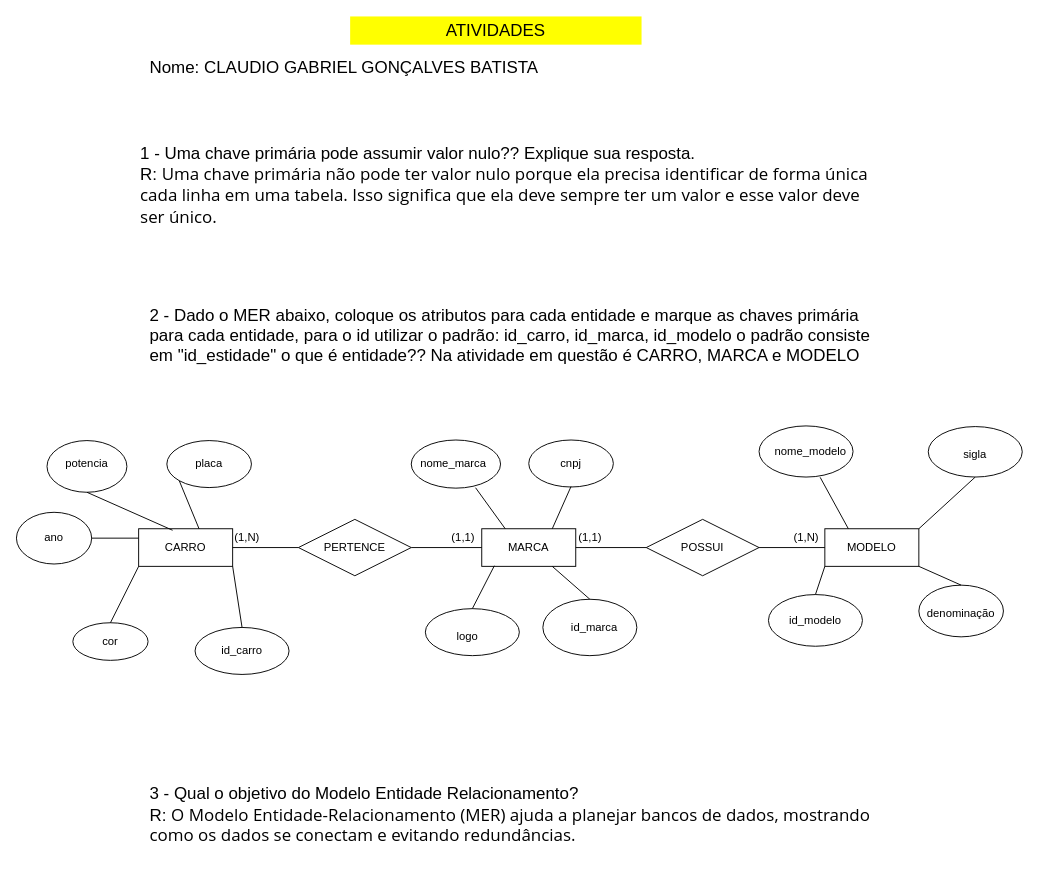
The draw.io diagram page "ATV 1 - 2 - 3" (1 of 4) of MER E DER.drawio in joaotemponi/mer-e-der, before the edit. Source tidied: cells renumbered, new cells numbered last; positions are measured from the earlier drawing's top-left corner, leaving out a move shared by most shapes. Both pictures are drawn from the tidied source at 94%, with x=0, y=0 at pixel (16, 16).
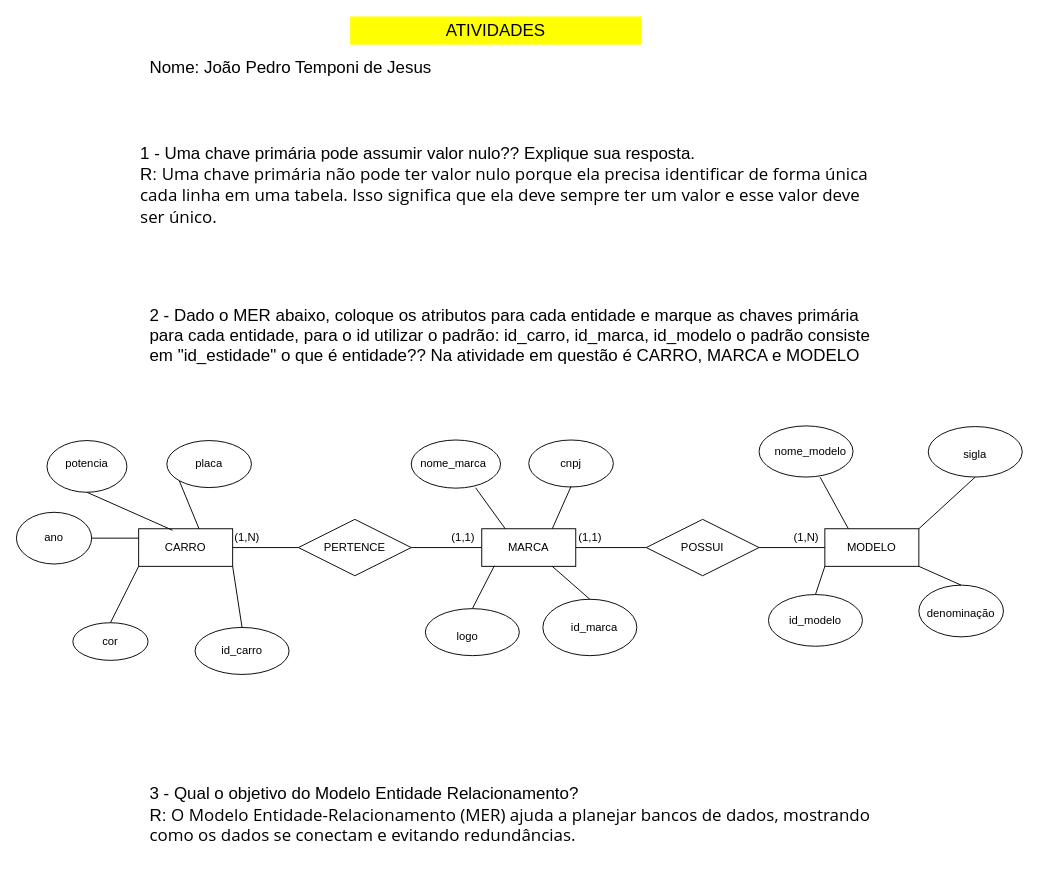
The same diagram, later.

What changed in the source:
```diff
@@
-    <mxCell id="2" value="&lt;font style=&quot;font-size: 18px;&quot;&gt;Nome: CLAUDIO GABRIEL GONÇALVES BATISTA&amp;nbsp;&lt;/font&gt;" style="text;html=1;align=left;verticalAlign=middle;whiteSpace=wrap;rounded=0;" parent="1" vertex="1">
+    <mxCell id="2" value="&lt;font style=&quot;font-size: 18px;&quot;&gt;Nome: João Pedro Temponi de Jesus&lt;/font&gt;" style="text;html=1;align=left;verticalAlign=middle;whiteSpace=wrap;rounded=0;" parent="1" vertex="1">
       <mxGeometry x="140" y="40" width="430" height="30" as="geometry" />
     </mxCell>
```
